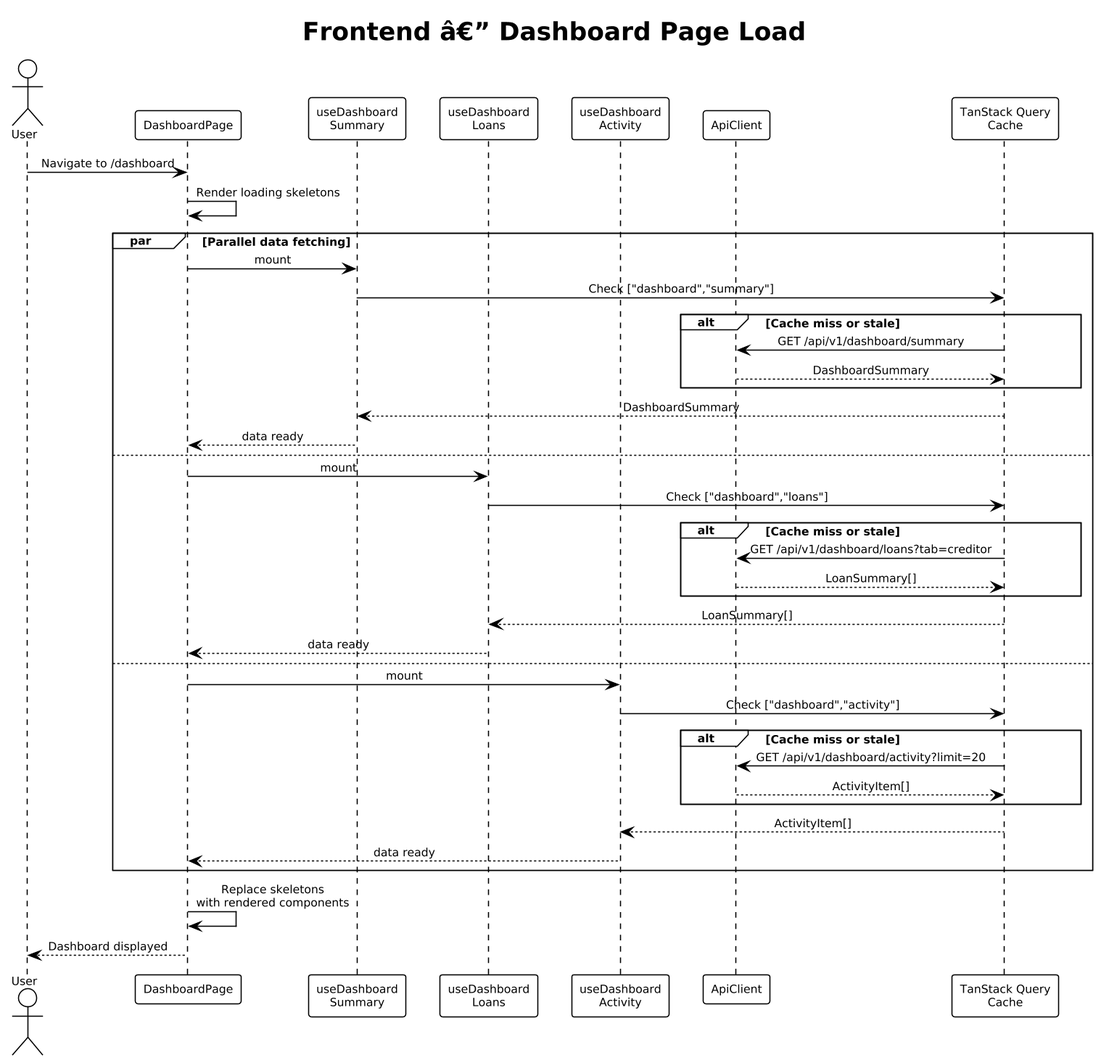
Above: docs/detailed-designs/diagrams/rendered/fe_seq_dashboard_load.png in QuinntyneBrown/LendQ (PlantUML), before the change.
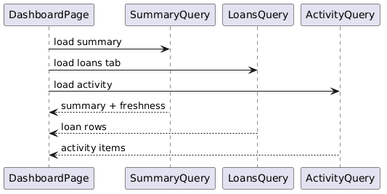
Later version of the same file.

Diff of the diagram source:
```diff
@@ -1,51 +1,13 @@
 @startuml
-!theme plain
-skinparam dpi 150
-skinparam defaultFontSize 10
-skinparam sequenceMessageAlign center
+participant DashboardPage
+participant SummaryQuery
+participant LoansQuery
+participant ActivityQuery
 
-title Frontend â€” Dashboard Page Load
-
-actor User
-participant "DashboardPage" as page
-participant "useDashboard\nSummary" as sum_hook
-participant "useDashboard\nLoans" as loan_hook
-participant "useDashboard\nActivity" as act_hook
-participant "ApiClient" as api
-participant "TanStack Query\nCache" as cache
-
-User -> page : Navigate to /dashboard
-page -> page : Render loading skeletons
-
-par Parallel data fetching
-  page -> sum_hook : mount
-  sum_hook -> cache : Check ["dashboard","summary"]
-  alt Cache miss or stale
-    cache -> api : GET /api/v1/dashboard/summary
-    api --> cache : DashboardSummary
-  end
-  cache --> sum_hook : DashboardSummary
-  sum_hook --> page : data ready
-else
-  page -> loan_hook : mount
-  loan_hook -> cache : Check ["dashboard","loans"]
-  alt Cache miss or stale
-    cache -> api : GET /api/v1/dashboard/loans?tab=creditor
-    api --> cache : LoanSummary[]
-  end
-  cache --> loan_hook : LoanSummary[]
-  loan_hook --> page : data ready
-else
-  page -> act_hook : mount
-  act_hook -> cache : Check ["dashboard","activity"]
-  alt Cache miss or stale
-    cache -> api : GET /api/v1/dashboard/activity?limit=20
-    api --> cache : ActivityItem[]
-  end
-  cache --> act_hook : ActivityItem[]
-  act_hook --> page : data ready
-end
-
-page -> page : Replace skeletons\nwith rendered components
-page --> User : Dashboard displayed
+DashboardPage -> SummaryQuery : load summary
+DashboardPage -> LoansQuery : load loans tab
+DashboardPage -> ActivityQuery : load activity
+SummaryQuery --> DashboardPage : summary + freshness
+LoansQuery --> DashboardPage : loan rows
+ActivityQuery --> DashboardPage : activity items
 @enduml
```
